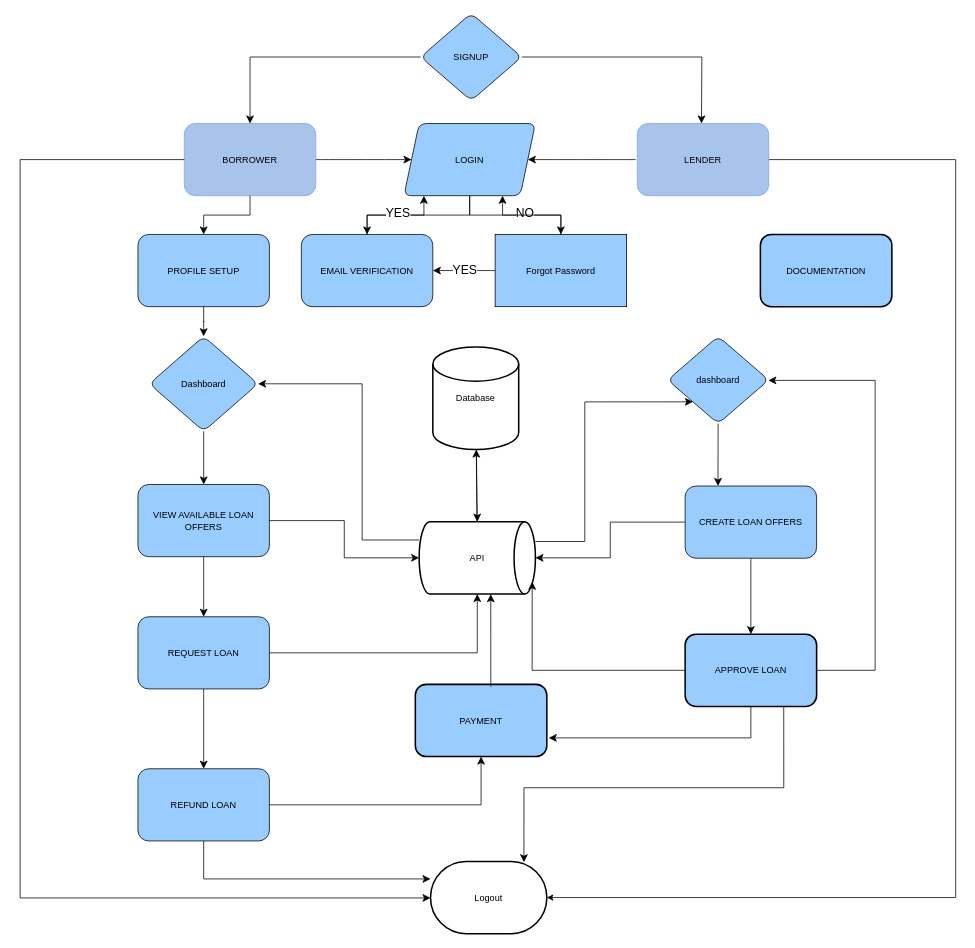
The draw.io diagram loanden flowchat.drawio in adetijani/EmailTesting, before the edit. Source tidied: cells renumbered, new cells numbered last; positions are measured from the earlier drawing's top-left corner, leaving out a move shared by most shapes. Both pictures are drawn from the tidied source at 76%, with x=0, y=0 at pixel (20, 13).
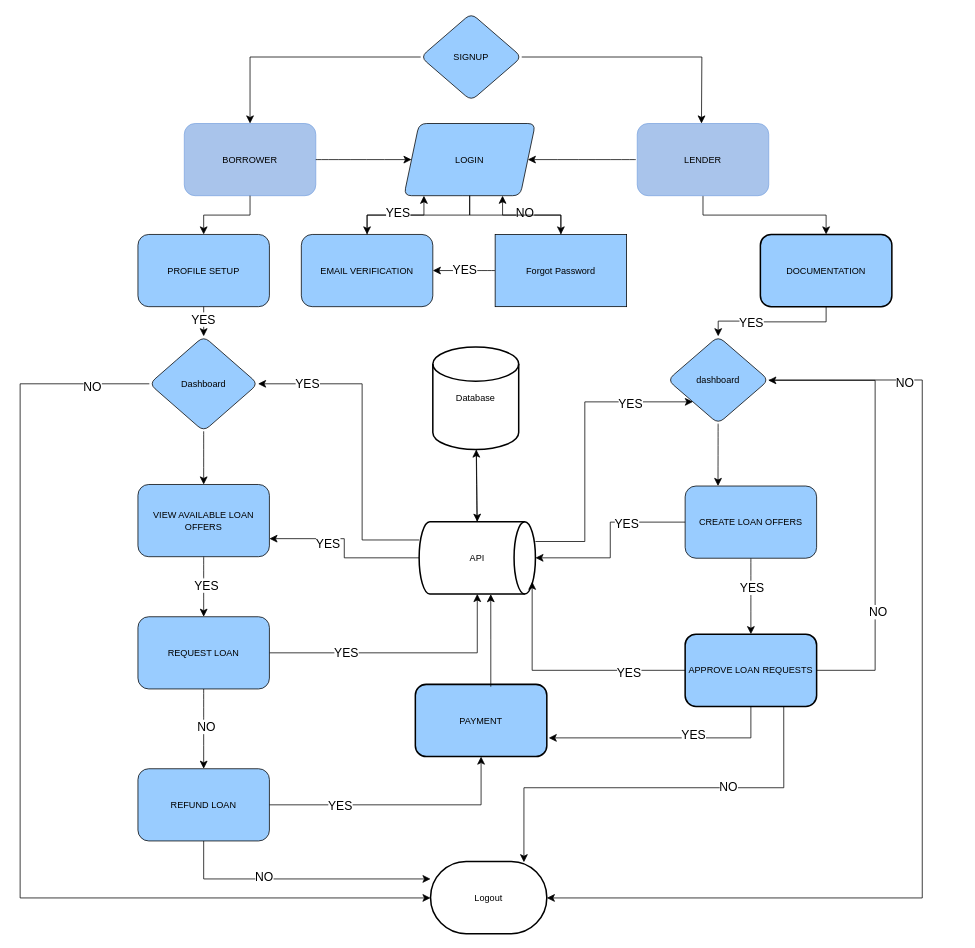
Above is the later version.

The change refers to these unchanged cells:
```xml
<mxCell id="2" style="group;" parent="1" vertex="1">
  <mxGeometry width="1231" height="1211" as="geometry" />
</mxCell>
<mxCell id="3" value="BORROWER" style="rounded=1;whiteSpace=wrap;html=1;fillColor=#A9C4EB;strokeColor=#7EA6E0;" parent="2" vertex="1">
  <mxGeometry x="216" y="145" width="173" height="95" as="geometry" />
</mxCell>
<mxCell id="16" value="Logout" style="strokeWidth=2;html=1;shape=mxgraph.flowchart.terminator;whiteSpace=wrap;fillColor=#FFFFFF;strokeColor=#000000;" parent="2" vertex="1">
  <mxGeometry x="540" y="1116" width="153" height="95" as="geometry" />
</mxCell>
<mxCell id="17" value="Dashboard" style="rhombus;whiteSpace=wrap;html=1;fillColor=#99CCFF;rounded=1;strokeColor=#000000;" parent="2" vertex="1">
  <mxGeometry x="170" y="425" width="143" height="125" as="geometry" />
</mxCell>
<mxCell id="19" value="VIEW AVAILABLE LOAN OFFERS" style="rounded=1;whiteSpace=wrap;html=1;fillColor=#99CCFF;strokeColor=#000000;" parent="2" vertex="1">
  <mxGeometry x="155" y="620" width="173" height="95" as="geometry" />
</mxCell>
<mxCell id="21" value="dashboard" style="rhombus;whiteSpace=wrap;html=1;fillColor=#99CCFF;rounded=1;strokeColor=#000000;" parent="2" vertex="1">
  <mxGeometry x="852" y="425" width="133" height="115" as="geometry" />
</mxCell>
<mxCell id="22" style="edgeStyle=orthogonalEdgeStyle;rounded=0;jettySize=auto;html=1;fontSize=12;startSize=8;endSize=8;" parent="2" edge="1" source="23" target="16">
  <mxGeometry relative="1" as="geometry">
    <Array as="points">
      <mxPoint x="242" y="1139" />
    </Array>
  </mxGeometry>
</mxCell>
<mxCell id="24" style="edgeStyle=orthogonalEdgeStyle;rounded=0;jettySize=auto;html=1;entryX=0;entryY=1;entryDx=0;entryDy=0;fontSize=12;startSize=8;endSize=8;" parent="2" edge="1" source="26" target="21">
  <mxGeometry relative="1" as="geometry">
    <Array as="points">
      <mxPoint x="743" y="695" />
      <mxPoint x="743" y="511" />
    </Array>
  </mxGeometry>
</mxCell>
<mxCell id="25" style="edgeStyle=orthogonalEdgeStyle;rounded=0;jettySize=auto;html=1;entryX=1;entryY=0.5;entryDx=0;entryDy=0;fontSize=12;startSize=8;endSize=8;" parent="2" edge="1" source="26" target="17">
  <mxGeometry relative="1" as="geometry">
    <Array as="points">
      <mxPoint x="450" y="693" />
      <mxPoint x="450" y="488" />
    </Array>
  </mxGeometry>
</mxCell>
<mxCell id="26" value="API" style="strokeWidth=2;html=1;shape=mxgraph.flowchart.direct_data;whiteSpace=wrap;strokeColor=#000000;" parent="2" vertex="1">
  <mxGeometry x="525" y="669" width="153" height="95" as="geometry" />
</mxCell>
<mxCell id="29" style="edgeStyle=orthogonalEdgeStyle;rounded=0;jettySize=auto;html=1;fontSize=12;startSize=8;endSize=8;" parent="2" edge="1" source="31">
  <mxGeometry relative="1" as="geometry">
    <mxPoint x="695.5" y="953.4" as="targetPoint" />
    <Array as="points">
      <mxPoint x="962" y="953" />
    </Array>
  </mxGeometry>
</mxCell>
<mxCell id="30" style="edgeStyle=orthogonalEdgeStyle;rounded=0;jettySize=auto;html=1;fontSize=12;startSize=8;endSize=8;" parent="2" edge="1" source="31" target="21">
  <mxGeometry relative="1" as="geometry">
    <Array as="points">
      <mxPoint x="1125" y="864" />
      <mxPoint x="1125" y="483" />
    </Array>
  </mxGeometry>
</mxCell>
<mxCell id="37" style="edgeStyle=none;curved=1;rounded=0;jettySize=auto;html=1;entryX=0.5;entryY=0;entryDx=0;entryDy=0;fontSize=12;startSize=8;endSize=8;" parent="2" edge="1" source="38" target="31">
  <mxGeometry relative="1" as="geometry" />
</mxCell>
<mxCell id="39" value="DOCUMENTATION" style="rounded=1;whiteSpace=wrap;html=1;strokeWidth=2;fillColor=#99CCFF;strokeColor=#000000;" parent="2" vertex="1">
  <mxGeometry x="974" y="291" width="173" height="95" as="geometry" />
</mxCell>
<mxCell id="42" style="edgeStyle=none;curved=1;rounded=0;jettySize=auto;html=1;fontSize=12;startSize=8;endSize=8;" parent="2" edge="1" source="44" target="23">
  <mxGeometry relative="1" as="geometry" />
</mxCell>
<mxCell id="43" style="edgeStyle=orthogonalEdgeStyle;rounded=0;jettySize=auto;html=1;fontSize=12;startSize=8;endSize=8;" parent="2" edge="1" source="44" target="26">
  <mxGeometry relative="1" as="geometry" />
</mxCell>
<mxCell id="45" style="edgeStyle=orthogonalEdgeStyle;rounded=0;jettySize=auto;html=1;entryX=0.5;entryY=0;entryDx=0;entryDy=0;fontSize=12;startSize=8;endSize=8;" parent="2" edge="1" source="40" target="17">
  <mxGeometry relative="1" as="geometry" />
</mxCell>
<mxCell id="46" style="edgeStyle=orthogonalEdgeStyle;rounded=0;jettySize=auto;html=1;entryX=1;entryY=0.5;entryDx=0;entryDy=0;entryPerimeter=0;fontSize=12;startSize=8;endSize=8;" parent="2" edge="1" source="38" target="26">
  <mxGeometry relative="1" as="geometry" />
</mxCell>
<mxCell id="48" style="edgeStyle=orthogonalEdgeStyle;rounded=0;jettySize=auto;html=1;entryX=0.972;entryY=0.831;entryDx=0;entryDy=0;entryPerimeter=0;fontSize=12;startSize=8;endSize=8;" parent="2" edge="1" source="31" target="26">
  <mxGeometry relative="1" as="geometry" />
</mxCell>
<mxCell id="52" style="edgeStyle=orthogonalEdgeStyle;rounded=0;jettySize=auto;html=1;fontSize=12;startSize=8;endSize=8;" parent="2" edge="1" source="23" target="41">
  <mxGeometry relative="1" as="geometry" />
</mxCell>
<mxCell id="54" style="edgeStyle=none;curved=1;rounded=0;jettySize=auto;html=1;fontSize=12;startSize=8;endSize=8;" parent="2" edge="1" source="19" target="44">
  <mxGeometry relative="1" as="geometry" />
</mxCell>
<mxCell id="55" style="edgeStyle=orthogonalEdgeStyle;rounded=0;jettySize=auto;html=1;entryX=0.803;entryY=0.011;entryDx=0;entryDy=0;entryPerimeter=0;fontSize=12;startSize=8;endSize=8;exitX=0.75;exitY=1;exitDx=0;exitDy=0;" parent="2" edge="1" source="31" target="16">
  <mxGeometry relative="1" as="geometry">
    <Array as="points">
      <mxPoint x="1005" y="1019" />
      <mxPoint x="663" y="1019" />
    </Array>
  </mxGeometry>
</mxCell>
<mxCell id="56" value="LENDER" style="rounded=1;whiteSpace=wrap;html=1;fillColor=#A9C4EB;strokeColor=#7EA6E0;" parent="2" vertex="1">
  <mxGeometry x="812" y="145" width="173" height="95" as="geometry" />
</mxCell>
```

Diff of the diagram source:
```diff
@@
-    <mxCell id="18" style="edgeStyle=orthogonalEdgeStyle;rounded=0;jettySize=auto;html=1;fontSize=12;startSize=8;endSize=8;" parent="2" edge="1" source="3" target="16">
+    <mxCell id="18" style="edgeStyle=orthogonalEdgeStyle;rounded=0;jettySize=auto;html=1;fontSize=12;startSize=8;endSize=8;exitX=0;exitY=0.5;exitDx=0;exitDy=0;" parent="2" edge="1" source="17" target="16">
       <mxGeometry relative="1" as="geometry">
         <Array as="points">
-          <mxPoint y="192" />
+          <mxPoint y="488" />
           <mxPoint y="1164" />
         </Array>
       </mxGeometry>
     </mxCell>
+    <mxCell id="57" value="NO" style="edgeLabel;html=1;align=center;verticalAlign=middle;fontSize=16;" parent="18" vertex="1">
+      <mxGeometry x="-0.89" y="3" relative="1" as="geometry" />
+    </mxCell>
@@
+    <mxCell id="58" style="edgeStyle=orthogonalEdgeStyle;rounded=0;jettySize=auto;html=1;fontSize=12;startSize=8;endSize=8;" parent="2" edge="1" source="21" target="16">
+      <mxGeometry relative="1" as="geometry">
+        <Array as="points">
+          <mxPoint x="1187" y="482" />
+          <mxPoint x="1187" y="1164" />
+        </Array>
+      </mxGeometry>
+    </mxCell>
+    <mxCell id="59" value="NO" style="edgeLabel;html=1;align=center;verticalAlign=middle;fontSize=16;" parent="58" vertex="1">
+      <mxGeometry x="-0.74" y="-3" relative="1" as="geometry">
+        <mxPoint x="-1" as="offset" />
+      </mxGeometry>
+    </mxCell>
@@
+    <mxCell id="60" value="NO" style="edgeLabel;html=1;align=center;verticalAlign=middle;fontSize=16;" parent="22" vertex="1">
+      <mxGeometry x="-0.26" y="4" relative="1" as="geometry" />
+    </mxCell>
@@
+    <mxCell id="61" value="YES" style="edgeLabel;html=1;align=center;verticalAlign=middle;fontSize=16;" parent="24" vertex="1">
+      <mxGeometry x="0.58" y="-2" relative="1" as="geometry">
+        <mxPoint x="-1" as="offset" />
+      </mxGeometry>
+    </mxCell>
@@
+    <mxCell id="62" value="YES" style="edgeLabel;html=1;align=center;verticalAlign=middle;fontSize=16;" parent="25" vertex="1">
+      <mxGeometry x="0.69" y="-1" relative="1" as="geometry" />
+    </mxCell>
+    <mxCell id="63" style="edgeStyle=orthogonalEdgeStyle;rounded=0;jettySize=auto;html=1;entryX=1;entryY=0.75;entryDx=0;entryDy=0;fontSize=12;startSize=8;endSize=8;" parent="2" edge="1" source="26" target="19">
+      <mxGeometry relative="1" as="geometry" />
+    </mxCell>
+    <mxCell id="64" value="YES" style="edgeLabel;html=1;align=center;verticalAlign=middle;fontSize=16;" parent="63" vertex="1">
+      <mxGeometry x="0.31" y="6" relative="1" as="geometry" />
+    </mxCell>
@@
+    <mxCell id="65" value="YES" style="edgeLabel;html=1;align=center;verticalAlign=middle;fontSize=16;" parent="29" vertex="1">
+      <mxGeometry x="-0.24" y="-4" relative="1" as="geometry" />
+    </mxCell>
@@
+    <mxCell id="66" value="NO" style="edgeLabel;html=1;align=center;verticalAlign=middle;fontSize=16;" parent="30" vertex="1">
+      <mxGeometry x="-0.49" y="-3" relative="1" as="geometry">
+        <mxPoint y="-1" as="offset" />
+      </mxGeometry>
+    </mxCell>
-    <mxCell id="31" value="APPROVE LOAN" style="rounded=1;whiteSpace=wrap;html=1;strokeWidth=2;fillColor=#99CCFF;strokeColor=#000000;" parent="2" vertex="1">
+    <mxCell id="31" value="APPROVE LOAN REQUESTS" style="rounded=1;whiteSpace=wrap;html=1;strokeWidth=2;fillColor=#99CCFF;strokeColor=#000000;" parent="2" vertex="1">
       <mxGeometry x="875" y="817" width="173" height="95" as="geometry" />
     </mxCell>
-    <mxCell id="32" style="edgeStyle=orthogonalEdgeStyle;rounded=0;jettySize=auto;html=1;entryX=1;entryY=0.5;entryDx=0;entryDy=0;entryPerimeter=0;" parent="2" edge="1" target="16">
-      <mxGeometry relative="1" as="geometry">
-        <mxPoint x="983" y="192.5" as="sourcePoint" />
-        <Array as="points">
-          <mxPoint x="1231" y="192" />
-          <mxPoint x="1231" y="1164" />
-        </Array>
-      </mxGeometry>
-    </mxCell>
@@
+    <mxCell id="67" value="YES" style="edgeLabel;html=1;align=center;verticalAlign=middle;fontSize=16;" parent="37" vertex="1">
+      <mxGeometry x="-0.24" y="1" relative="1" as="geometry" />
+    </mxCell>
@@
+    <mxCell id="68" style="edgeStyle=orthogonalEdgeStyle;rounded=0;jettySize=auto;html=1;fontSize=12;startSize=8;endSize=8;entryX=0.5;entryY=0;entryDx=0;entryDy=0;" parent="2" edge="1" source="39" target="21">
+      <mxGeometry relative="1" as="geometry" />
+    </mxCell>
+    <mxCell id="69" value="YES" style="edgeLabel;html=1;align=center;verticalAlign=middle;fontSize=16;" parent="68" vertex="1">
+      <mxGeometry x="0.31" relative="1" as="geometry">
+        <mxPoint x="1" as="offset" />
+      </mxGeometry>
+    </mxCell>
@@
+    <mxCell id="70" value="NO" style="edgeLabel;html=1;align=center;verticalAlign=middle;fontSize=16;" parent="42" vertex="1">
+      <mxGeometry x="-0.09" y="3" relative="1" as="geometry">
+        <mxPoint y="1" as="offset" />
+      </mxGeometry>
+    </mxCell>
@@
+    <mxCell id="71" value="YES" style="edgeLabel;html=1;align=center;verticalAlign=middle;fontSize=16;" parent="43" vertex="1">
+      <mxGeometry x="-0.43" y="1" relative="1" as="geometry" />
+    </mxCell>
@@
+    <mxCell id="72" value="YES" style="edgeLabel;html=1;align=center;verticalAlign=middle;fontSize=16;" parent="45" vertex="1">
+      <mxGeometry x="-0.2" y="-1" relative="1" as="geometry" />
+    </mxCell>
@@
+    <mxCell id="73" value="YES" style="edgeLabel;html=1;align=center;verticalAlign=middle;fontSize=16;" parent="46" vertex="1">
+      <mxGeometry x="-0.35" y="2" relative="1" as="geometry">
+        <mxPoint x="1" as="offset" />
+      </mxGeometry>
+    </mxCell>
@@
+    <mxCell id="74" value="YES" style="edgeLabel;html=1;align=center;verticalAlign=middle;fontSize=16;" parent="48" vertex="1">
+      <mxGeometry x="-0.52" y="3" relative="1" as="geometry">
+        <mxPoint x="1" as="offset" />
+      </mxGeometry>
+    </mxCell>
@@
-    <mxCell id="50" style="rounded=0;jettySize=auto;html=1;entryX=0;entryY=0.5;entryDx=0;entryDy=0;entryPerimeter=0;fontSize=12;startSize=8;endSize=8;edgeStyle=orthogonalEdgeStyle;" parent="2" edge="1" source="19" target="26">
-      <mxGeometry relative="1" as="geometry" />
-    </mxCell>
@@
+    <mxCell id="75" value="YES" style="edgeLabel;html=1;align=center;verticalAlign=middle;fontSize=16;" parent="52" vertex="1">
+      <mxGeometry x="-0.46" y="-1" relative="1" as="geometry" />
+    </mxCell>
@@
+    <mxCell id="76" value="YES" style="edgeLabel;html=1;align=center;verticalAlign=middle;fontSize=16;" parent="54" vertex="1">
+      <mxGeometry x="-0.07" y="3" relative="1" as="geometry" />
+    </mxCell>
@@
+    <mxCell id="77" value="NO" style="edgeLabel;html=1;align=center;verticalAlign=middle;fontSize=16;" parent="55" vertex="1">
+      <mxGeometry x="-0.34" y="-2" relative="1" as="geometry" />
+    </mxCell>
+    <mxCell id="78" style="edgeStyle=orthogonalEdgeStyle;rounded=0;jettySize=auto;html=1;fontSize=12;startSize=8;endSize=8;" parent="2" edge="1" source="56" target="39">
+      <mxGeometry relative="1" as="geometry" />
+    </mxCell>
```
